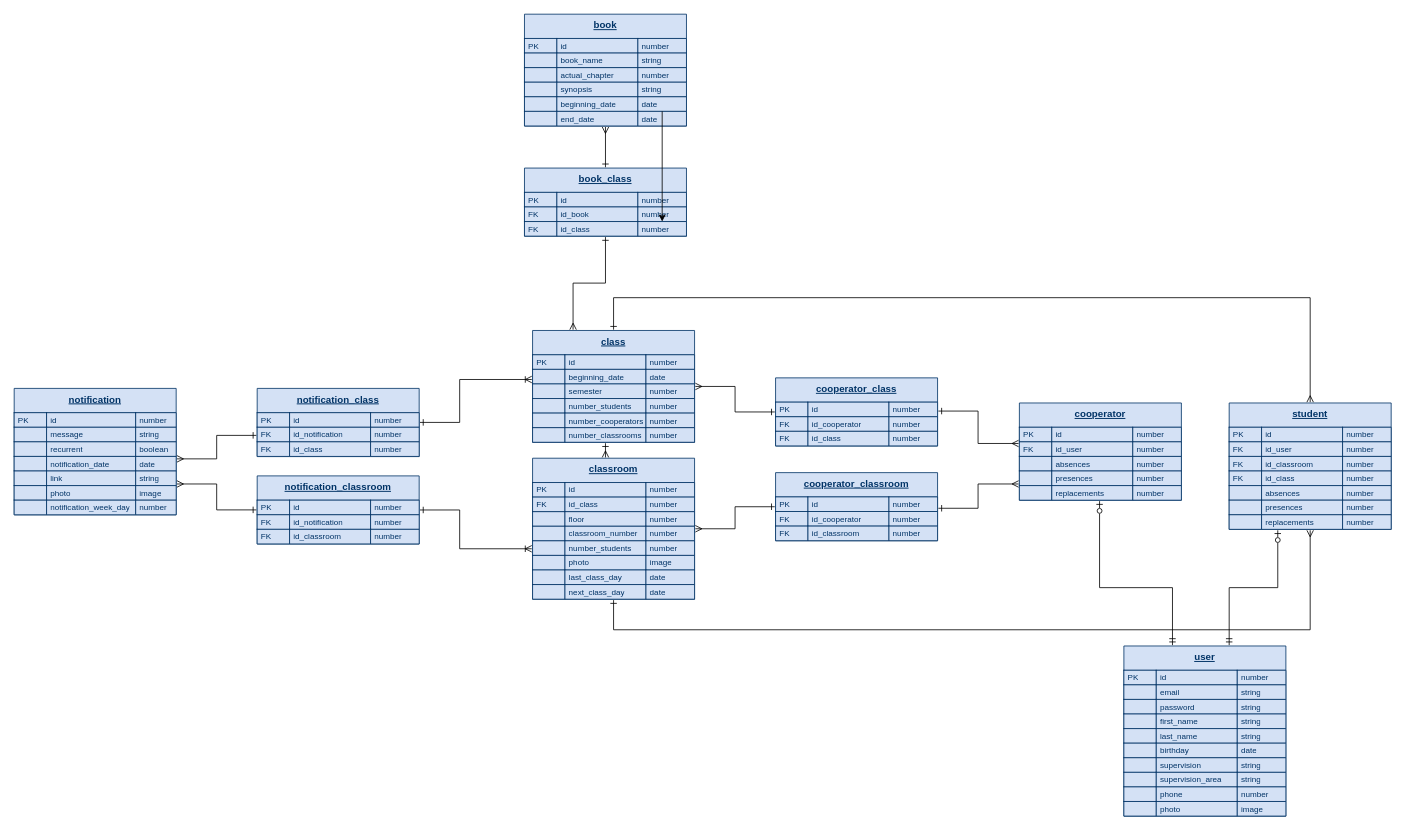
Above: ser_db.drawio in FreeSoulsDotBat/SER (draw.io), before the change. Source tidied: cells renumbered, new cells numbered last; positions are measured from the earlier drawing's top-left corner, leaving out a move shared by most shapes. Both pictures are drawn from the tidied source at 81%, with x=0, y=0 at pixel (14, 14).
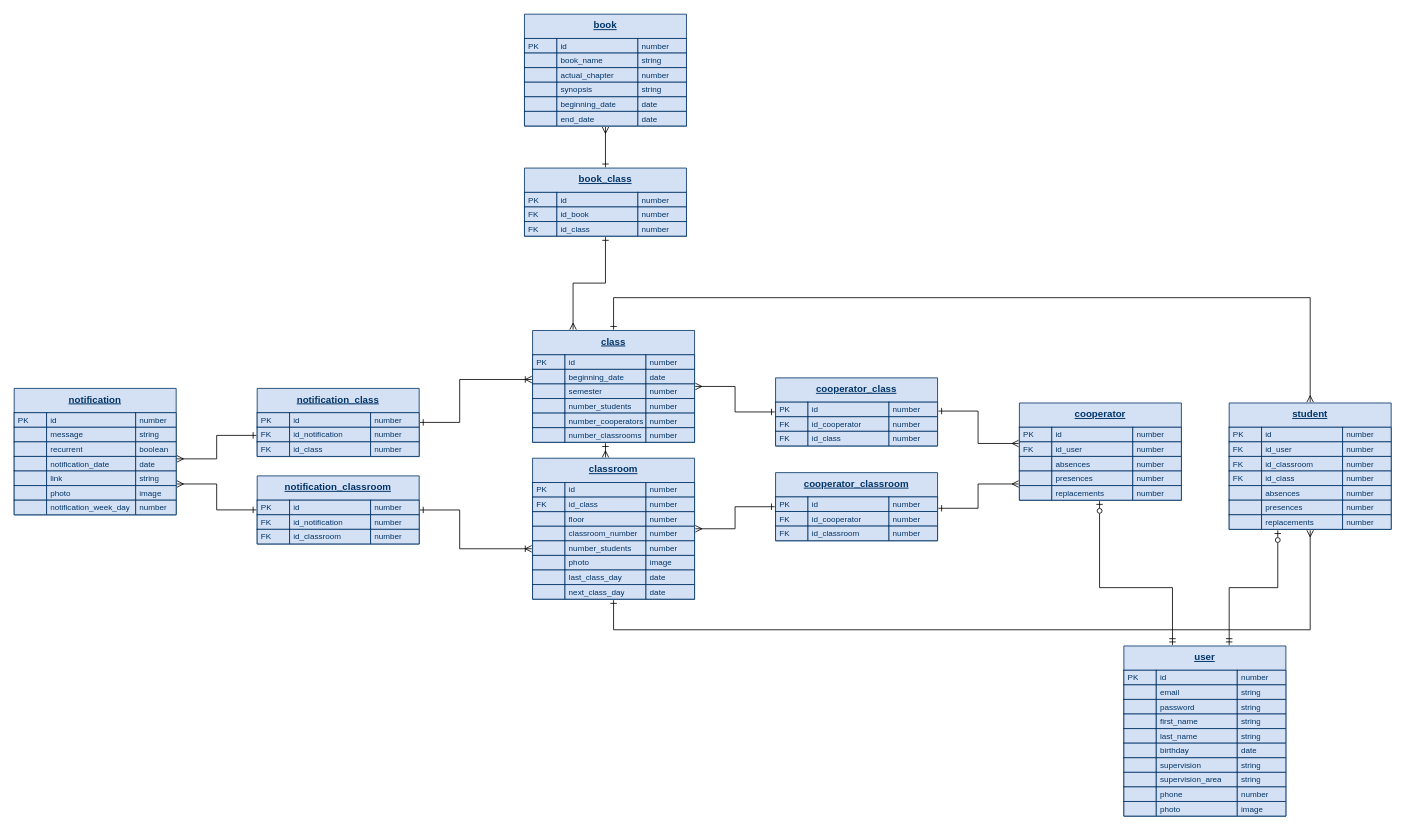
After the change.

The change refers to these unchanged cells:
```xml
<mxCell id="145" value="date" style="shape=partialRectangle;html=1;whiteSpace=wrap;fillColor=#D4E1F5;top=1;left=1;bottom=1;right=1;overflow=hidden;strokeColor=#003366;strokeWidth=1;snapToPoint=0;align=left;fontColor=#003366;spacingLeft=5;fontSize=10;spacing=0;" parent="142" vertex="1">
  <mxGeometry x="140" width="60" height="18" as="geometry" />
</mxCell>
<mxCell id="284" value="number" style="shape=partialRectangle;html=1;whiteSpace=wrap;fillColor=#D4E1F5;top=1;left=1;bottom=1;right=1;overflow=hidden;strokeColor=#003366;strokeWidth=1;snapToPoint=0;align=left;fontColor=#003366;spacingLeft=5;fontSize=10;spacing=0;" parent="281" vertex="1">
  <mxGeometry x="140" width="60" height="18" as="geometry" />
</mxCell>
```

Change to the diagram source:
```diff
@@
-    <mxCell id="285" style="edgeStyle=orthogonalEdgeStyle;rounded=0;jettySize=auto;html=1;" parent="1" edge="1" source="145" target="284">
-      <mxGeometry relative="1" as="geometry" />
-    </mxCell>
```
